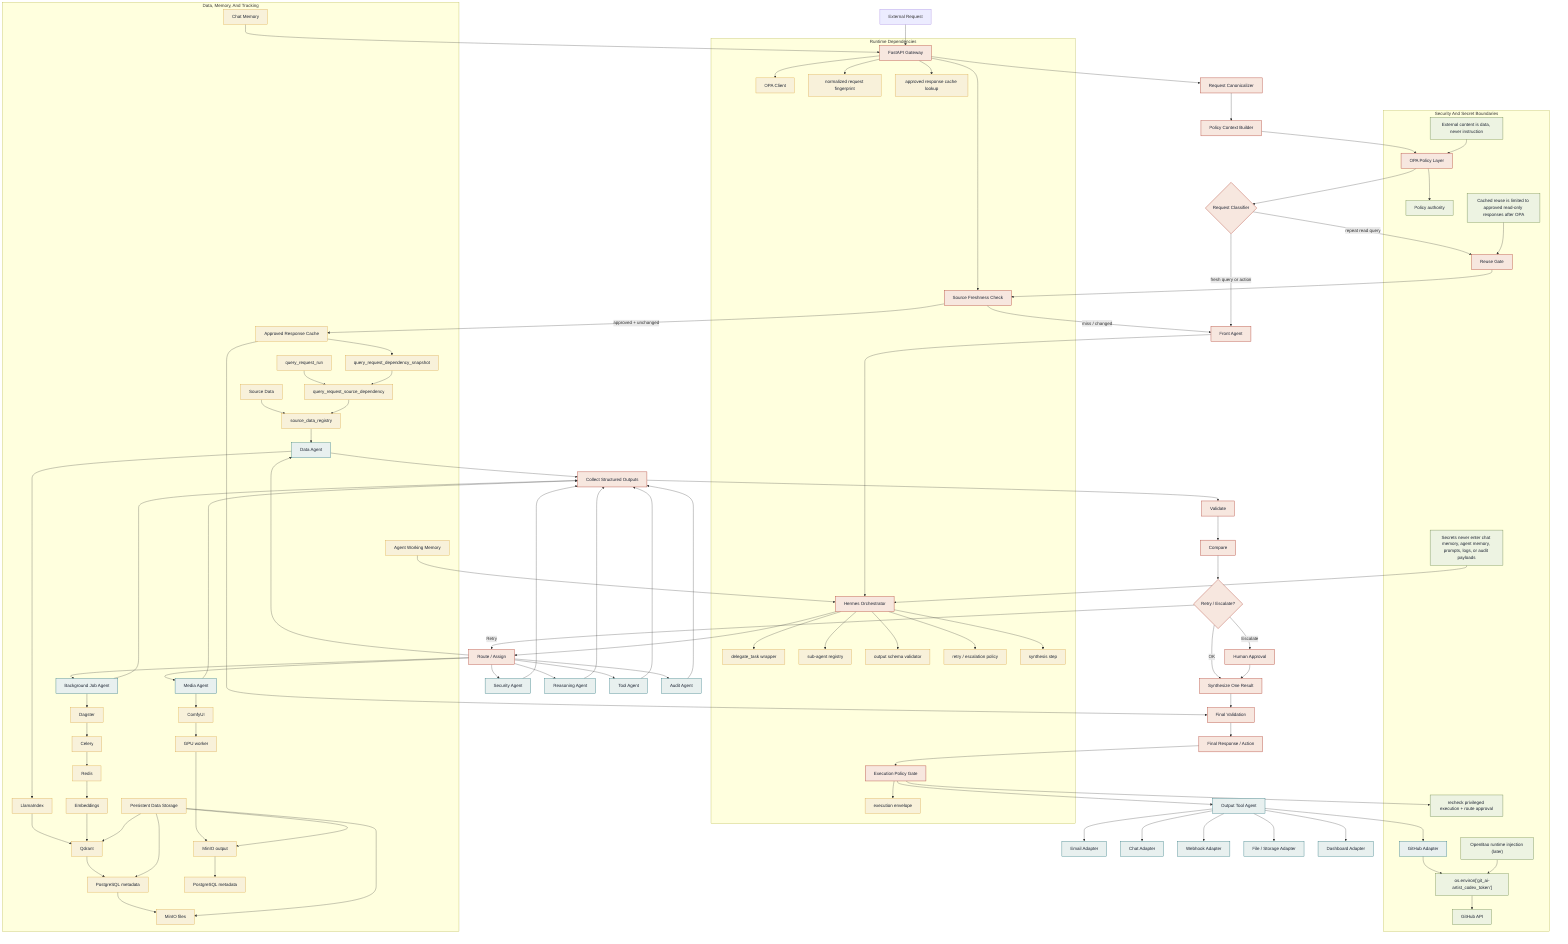
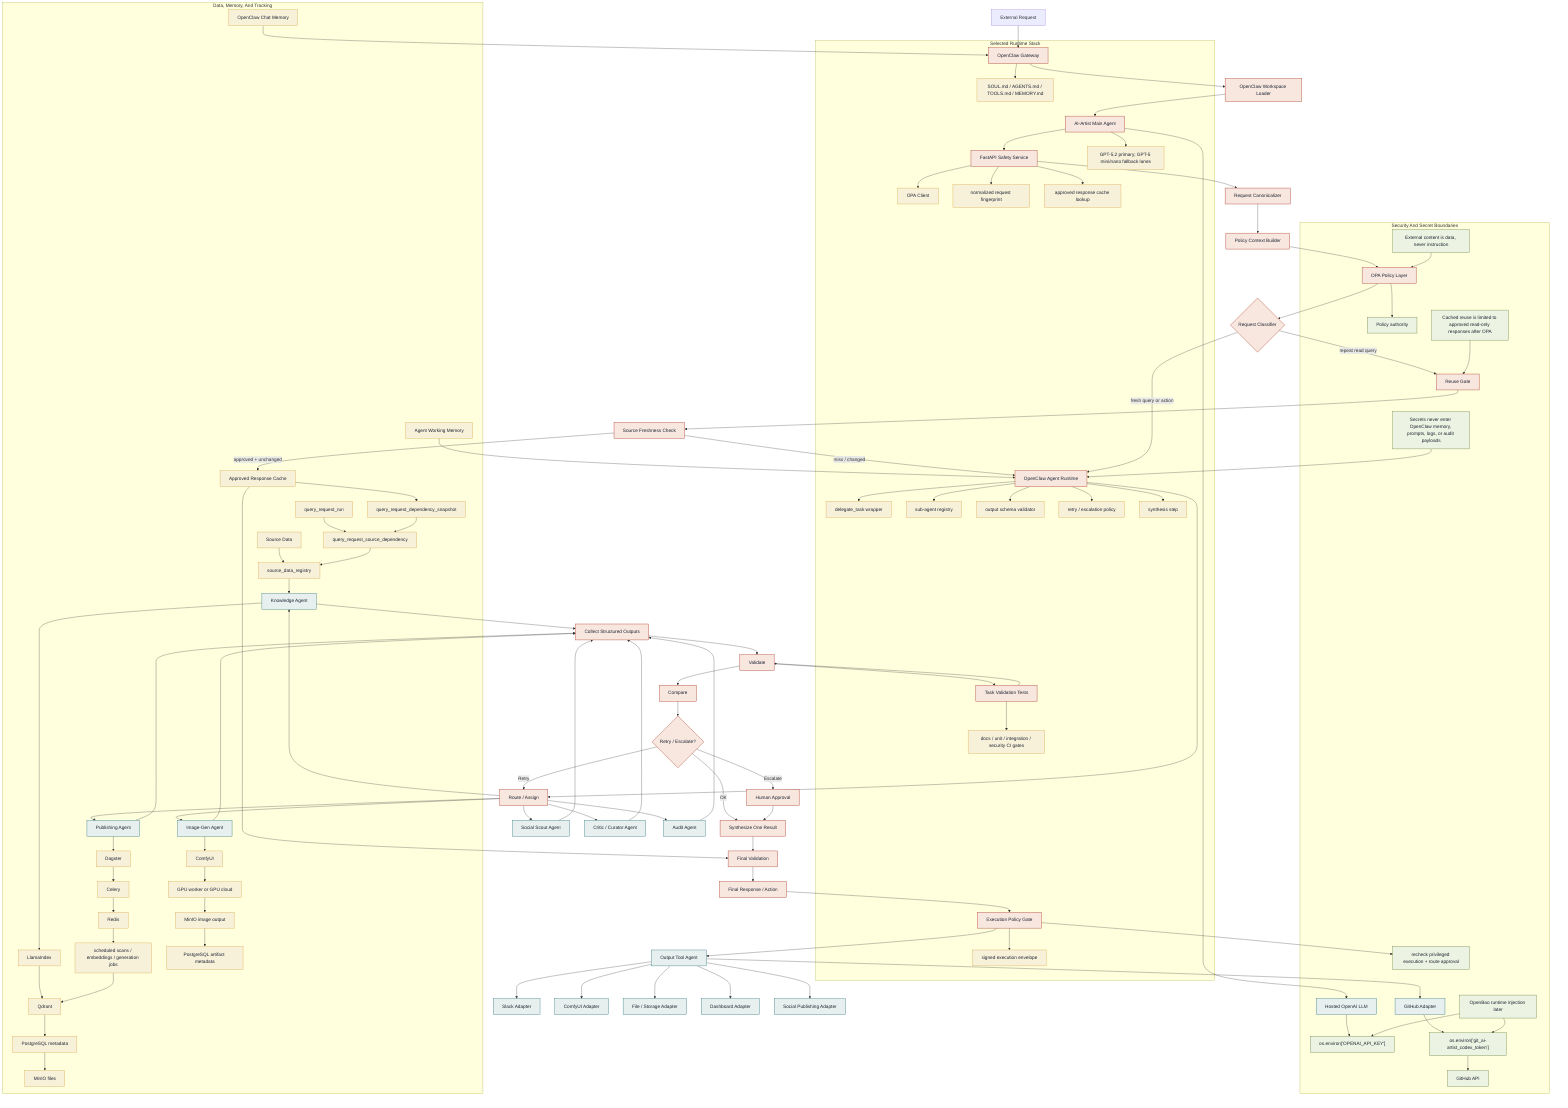
flowchart TD
-     ER["External Request"] --> FG["FastAPI Gateway"]
-     FG --> RC["Request Canonicalizer"]
+     ER["External Request"] --> OCG["OpenClaw Gateway"]
+     OCG --> WS["OpenClaw Workspace Loader"]
+     WS --> MAIN["AI-Artist Main Agent"]
+     MAIN --> HLLM["Hosted OpenAI LLM"]
+     MAIN --> FSS["FastAPI Safety Service"]
+     FSS --> RC["Request Canonicalizer"]
    RC --> PCB["Policy Context Builder"]
    PCB --> OPA["OPA Policy Layer"]
    OPA --> RCL{"Request Classifier"}

    RCL -->|"repeat read query"| RG["Reuse Gate"]
    RG --> SFC["Source Freshness Check"]
    SFC -->|"approved + unchanged"| ARC["Approved Response Cache"]
-     SFC -->|"miss / changed"| FA["Front Agent"]
+     SFC -->|"miss / changed"| OCR["OpenClaw Agent Runtime"]
    ARC --> FVAL["Final Validation"]

-     RCL -->|"fresh query or action"| FA
-     FA --> HO["Hermes Orchestrator"]
- 
-     HO --> RA["Route / Assign"]
-     RA --> DA["Data Agent"]
-     RA --> SA["Security Agent"]
-     RA --> REA["Reasoning Agent"]
-     RA --> TA["Tool Agent"]
-     RA --> MA["Media Agent"]
-     RA --> BJA["Background Job Agent"]
+     RCL -->|"fresh query or action"| OCR
+     OCR --> RA["Route / Assign"]
+     RA --> SSA["Social Scout Agent"]
+     RA --> IGA["Image-Gen Agent"]
+     RA --> CCA["Critic / Curator Agent"]
+     RA --> KA["Knowledge Agent"]
+     RA --> PA["Publishing Agent"]
    RA --> AA["Audit Agent"]

-     DA --> CSO["Collect Structured Outputs"]
-     SA --> CSO
-     REA --> CSO
-     TA --> CSO
-     MA --> CSO
-     BJA --> CSO
+     SSA --> CSO["Collect Structured Outputs"]
+     IGA --> CSO
+     CCA --> CSO
+     KA --> CSO
+     PA --> CSO
    AA --> CSO

    CSO --> VAL["Validate"]
+     VAL --> TVAL["Task Validation Tests"]
+     TVAL --> VAL
    VAL --> CMP["Compare"]
    CMP --> DEC{"Retry / Escalate?"}
    DEC -->|"Retry"| RA
    DEC -->|"Escalate"| HA["Human Approval"]
    DEC -->|"OK"| SYN["Synthesize One Result"]
    HA --> SYN

    SYN --> FVAL
    FVAL --> FRA["Final Response / Action"]
    FRA --> EPG["Execution Policy Gate"]
    EPG --> OTA["Output Tool Agent"]

-     OTA --> EMAIL["Email Adapter"]
-     OTA --> CHAT["Chat Adapter"]
-     OTA --> WEBHOOK["Webhook Adapter"]
+     OTA --> SLACK["Slack Adapter"]
+     OTA --> COMFY["ComfyUI Adapter"]
    OTA --> FILES["File / Storage Adapter"]
    OTA --> DASH["Dashboard Adapter"]
    OTA --> GH["GitHub Adapter"]
+     OTA --> SOCIAL["Social Publishing Adapter"]

-     subgraph RUNTIME["Runtime Dependencies"]
-         FG --> OPAC["OPA Client"]
-         FG --> RQF["normalized request fingerprint"]
-         FG --> ARCL["approved response cache lookup"]
-         FG --> SFC
-         HO --> DT["delegate_task wrapper"]
-         HO --> REG["sub-agent registry"]
-         HO --> OSV["output schema validator"]
-         HO --> REP["retry / escalation policy"]
-         HO --> SS["synthesis step"]
-         EPG --> EPE["execution envelope"]
+     subgraph RUNTIME["Selected Runtime Stack"]
+         OCG --> SOUL["SOUL.md / AGENTS.md / TOOLS.md / MEMORY.md"]
+         MAIN --> MODEL["GPT-5.2 primary; GPT-5 mini/nano fallback lanes"]
+         FSS --> OPAC["OPA Client"]
+         FSS --> RQF["normalized request fingerprint"]
+         FSS --> ARCL["approved response cache lookup"]
+         OCR --> DT["delegate_task wrapper"]
+         OCR --> REG["sub-agent registry"]
+         OCR --> OSV["output schema validator"]
+         OCR --> REP["retry / escalation policy"]
+         OCR --> SS["synthesis step"]
+         EPG --> EPE["signed execution envelope"]
+         TVAL --> CI["docs / unit / integration / security CI gates"]
    end

    subgraph DATA["Data, Memory, And Tracking"]
        SD["Source Data"] --> SDR["source_data_registry"]
-         SDR --> DA
-         DA --> LI["LlamaIndex"]
+         SDR --> KA
+         KA --> LI["LlamaIndex"]
        LI --> QD["Qdrant"]
        QD --> PGM["PostgreSQL metadata"]
        PGM --> MINIO["MinIO files"]

-         BJA --> DAG["Dagster"]
+         PA --> DAG["Dagster"]
        DAG --> CEL["Celery"]
        CEL --> REDIS["Redis"]
-         REDIS --> EMB["Embeddings"]
-         EMB --> QD
+         REDIS --> JOBS["scheduled scans / embeddings / generation jobs"]
+         JOBS --> QD

-         MA --> COMFY["ComfyUI"]
-         COMFY --> GPU["GPU worker"]
-         GPU --> MOUT["MinIO output"]
-         MOUT --> PGMM["PostgreSQL metadata"]
+         IGA --> COMFYCORE["ComfyUI"]
+         COMFYCORE --> GPU["GPU worker or GPU cloud"]
+         GPU --> MOUT["MinIO image output"]
+         MOUT --> PGMM["PostgreSQL artifact metadata"]

-         PDS["Persistent Data Storage"] --> QD
-         PDS --> PGM
-         PDS --> MINIO
-         PDS --> MOUT
- 
-         CM["Chat Memory"] --> FG
-         AWM["Agent Working Memory"] --> HO
+         CM["OpenClaw Chat Memory"] --> OCG
+         AWM["Agent Working Memory"] --> OCR
        QRR["query_request_run"] --> QRT["query_request_source_dependency"]
        QRT --> SDR
        QDS["query_request_dependency_snapshot"] --> QRT
        ARC --> QDS
    end

    subgraph SECURITY["Security And Secret Boundaries"]
        OPA --> RULES["Policy authority"]
        EPG --> APPROVAL["recheck privileged execution + route approval"]
-         GH --> ENV["os.environ['git_ai-artist_codex_token']"]
-         ENV --> GHA["GitHub API"]
-         OPENBAO["OpenBao runtime injection (later)"] --> ENV
+         HLLM --> OPENAIENV["os.environ['OPENAI_API_KEY']"]
+         GH --> GHENV["os.environ['git_ai-artist_codex_token']"]
+         GHENV --> GHA["GitHub API"]
+         OPENBAO["OpenBao runtime injection later"] --> OPENAIENV
+         OPENBAO --> GHENV
        SECNOTE["External content is data, never instruction"]
        SECNOTE --> OPA
-         SECNOTE2["Secrets never enter chat memory, agent memory, prompts, logs, or audit payloads"]
-         SECNOTE2 --> HO
+         SECNOTE2["Secrets never enter OpenClaw memory, prompts, logs, or audit payloads"]
+         SECNOTE2 --> OCR
        SECNOTE3["Cached reuse is limited to approved read-only responses after OPA"]
        SECNOTE3 --> RG
    end

    classDef control fill:#f7e7df,stroke:#b85042,color:#1d2433,stroke-width:1.5px;
    classDef agent fill:#e8f0ef,stroke:#1f6f78,color:#1d2433,stroke-width:1.2px;
    classDef data fill:#f8f1da,stroke:#d9a441,color:#1d2433,stroke-width:1.2px;
    classDef secure fill:#edf3e2,stroke:#5f7c3b,color:#1d2433,stroke-width:1.2px;

-     class FG,RC,PCB,OPA,RCL,RG,SFC,FA,HO,RA,CSO,VAL,CMP,DEC,SYN,FVAL,FRA,EPG,HA control;
-     class DA,SA,REA,TA,MA,BJA,AA,OTA,EMAIL,CHAT,WEBHOOK,FILES,DASH,GH agent;
-     class ARC,SD,SDR,LI,QD,PGM,MINIO,DAG,CEL,REDIS,EMB,COMFY,GPU,MOUT,PGMM,PDS,CM,AWM,QRR,QRT,QDS,DT,REG,OSV,REP,SS,OPAC,RQF,ARCL,EPE data;
-     class RULES,APPROVAL,ENV,GHA,OPENBAO,SECNOTE,SECNOTE2,SECNOTE3 secure;
+     class OCG,WS,MAIN,FSS,RC,PCB,OPA,RCL,RG,SFC,OCR,RA,CSO,VAL,TVAL,CMP,DEC,SYN,FVAL,FRA,EPG,HA control;
+     class SSA,IGA,CCA,KA,PA,AA,OTA,SLACK,COMFY,FILES,DASH,GH,SOCIAL,HLLM agent;
+     class ARC,SD,SDR,LI,QD,PGM,MINIO,DAG,CEL,REDIS,JOBS,COMFYCORE,GPU,MOUT,PGMM,CM,AWM,QRR,QRT,QDS,DT,REG,OSV,REP,SS,OPAC,RQF,ARCL,EPE,SOUL,MODEL,CI data;
+     class RULES,APPROVAL,OPENAIENV,GHENV,GHA,OPENBAO,SECNOTE,SECNOTE2,SECNOTE3 secure;
